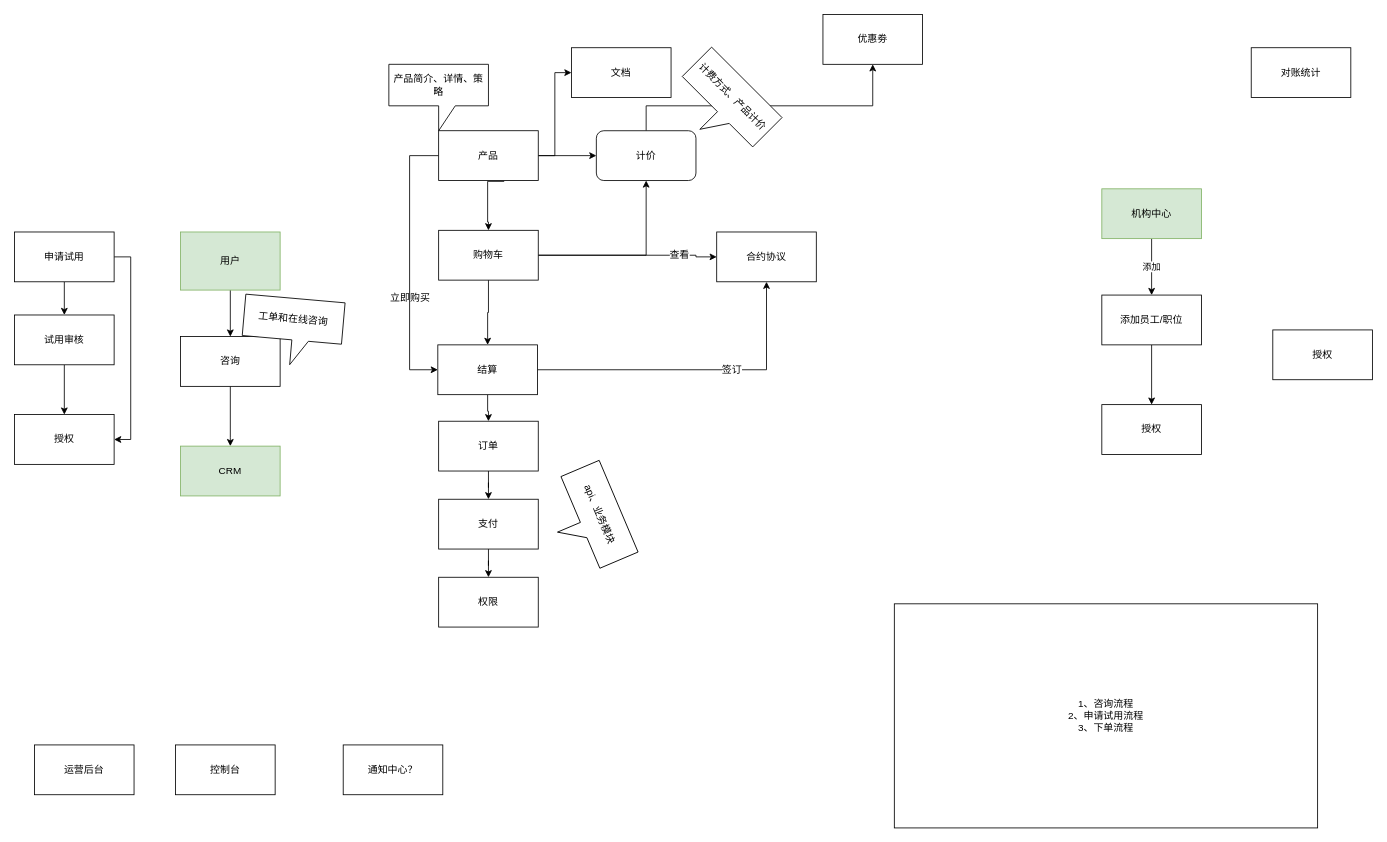
The draw.io diagram page "流程" (1 of 2) of 微医云模块.drawio in liaosg/test, before the edit. Source tidied: cells renumbered, new cells numbered last; positions are measured from the earlier drawing's top-left corner, leaving out a move shared by most shapes. Both pictures are drawn from the tidied source at 83%, with x=0, y=0 at pixel (14, 14).
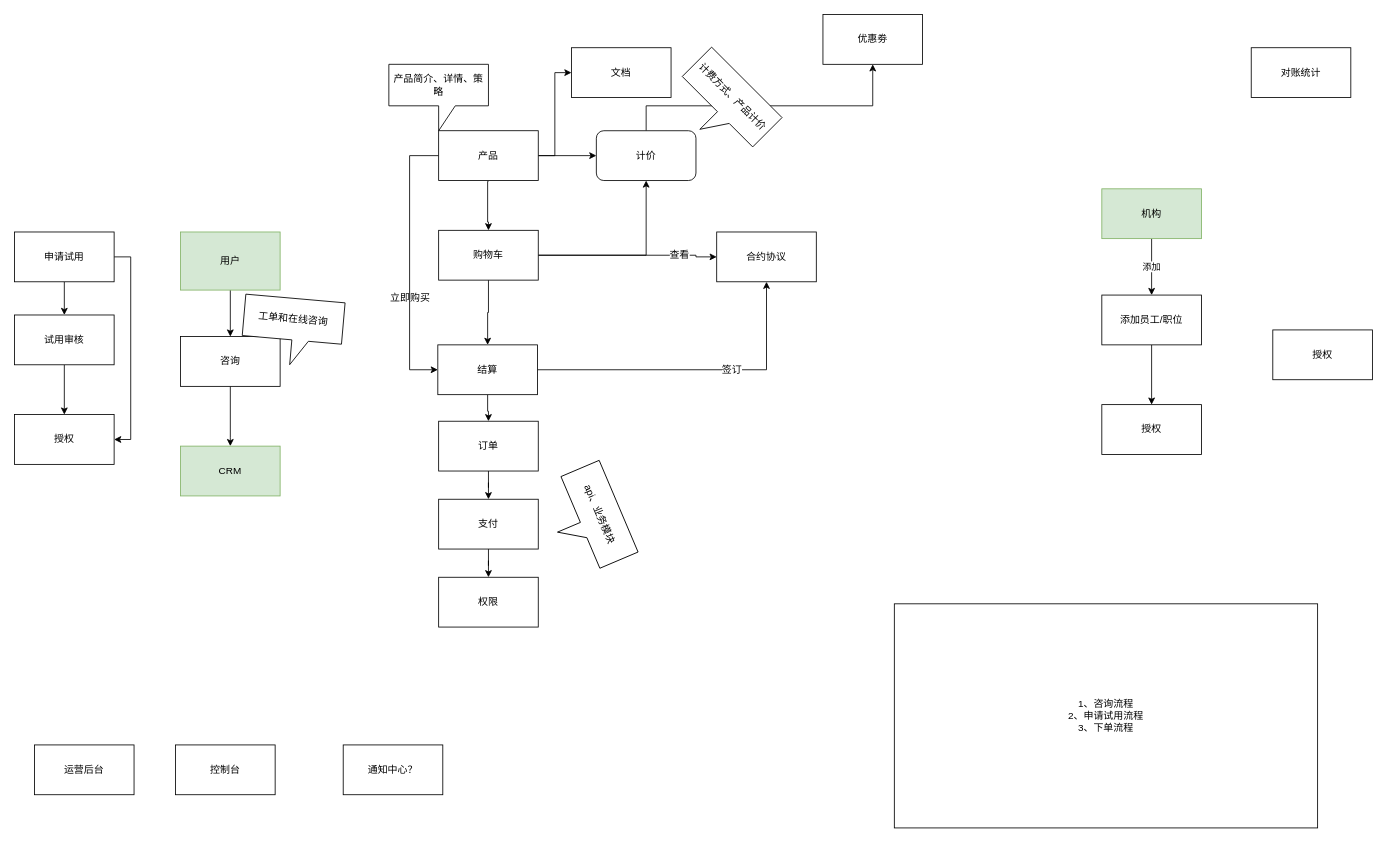
The same diagram, later.

Commit message:
Update 微医云模块.drawio

Unchanged cells that the change refers to:
```xml
<mxCell id="11" value="产品" style="rounded=0;whiteSpace=wrap;html=1;" parent="1" vertex="1">
  <mxGeometry x="511" y="140" width="120" height="60" as="geometry" />
</mxCell>
<mxCell id="16" value="购物车" style="rounded=0;whiteSpace=wrap;html=1;" parent="1" vertex="1">
  <mxGeometry x="511" y="260" width="120" height="60" as="geometry" />
</mxCell>
```

Change to the diagram source:
```diff
@@
-    <mxCell id="10" style="edgeStyle=orthogonalEdgeStyle;rounded=0;jettySize=auto;html=1;entryX=0.5;entryY=0;entryDx=0;entryDy=0;exitX=0.658;exitY=1.017;exitDx=0;exitDy=0;exitPerimeter=0;" parent="1" edge="1" source="11" target="16">
+    <mxCell id="10" style="edgeStyle=orthogonalEdgeStyle;rounded=0;jettySize=auto;html=1;entryX=0.5;entryY=0;entryDx=0;entryDy=0;" parent="1" edge="1" target="16">
       <mxGeometry relative="1" as="geometry">
+        <mxPoint x="571" y="201" as="sourcePoint" />
         <Array as="points">
           <mxPoint x="570" y="250" />
           <mxPoint x="571" y="250" />
         </Array>
       </mxGeometry>
     </mxCell>
@@
-    <mxCell id="31" value="机构中心" style="rounded=0;whiteSpace=wrap;html=1;fillColor=#d5e8d4;strokeColor=#82b366;" parent="1" vertex="1">
+    <mxCell id="31" value="机构" style="rounded=0;whiteSpace=wrap;html=1;fillColor=#d5e8d4;strokeColor=#82b366;" parent="1" vertex="1">
       <mxGeometry x="1310" y="210" width="120" height="60" as="geometry" />
     </mxCell>
```
